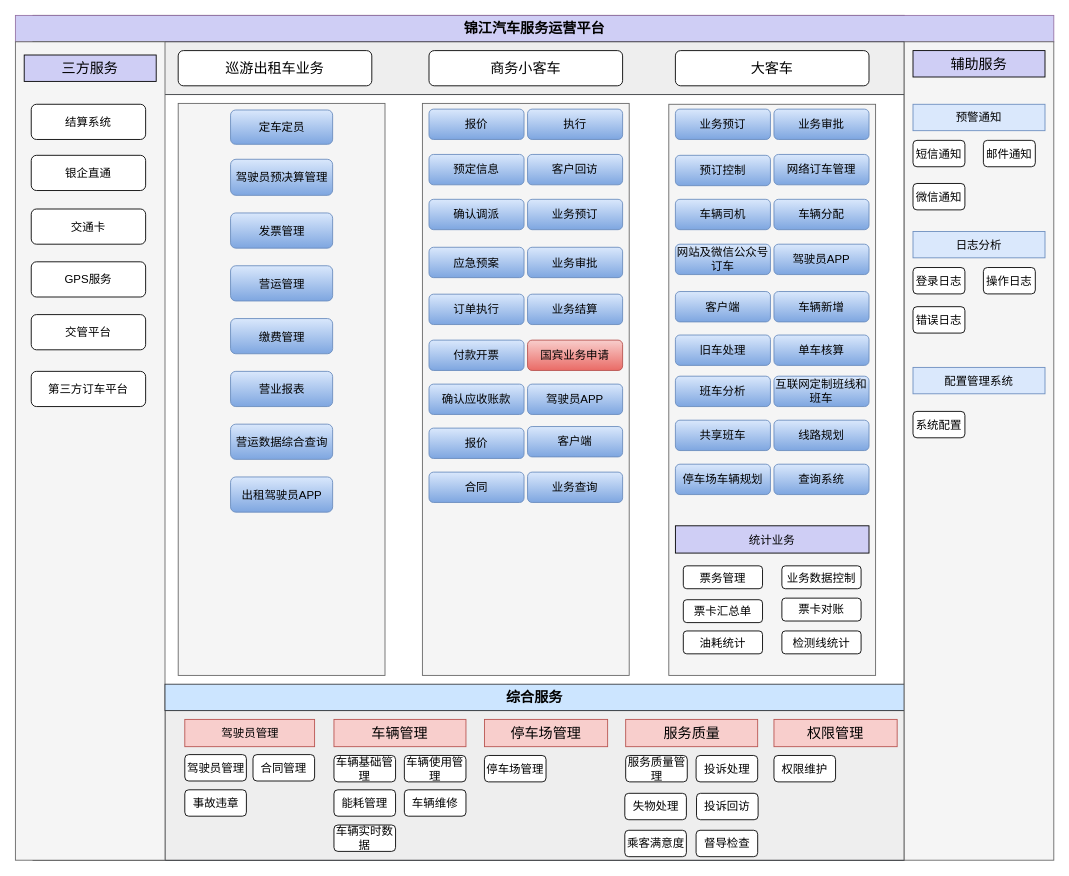
Before: 汽车公司业务流程图.drawio in ammengke/my-drawio, a draw.io diagram. Source tidied: cells renumbered, new cells numbered last; positions are measured from the earlier drawing's top-left corner, leaving out a move shared by most shapes. Both pictures are drawn from the tidied source at 88%, with x=0, y=0 at pixel (15, 15).
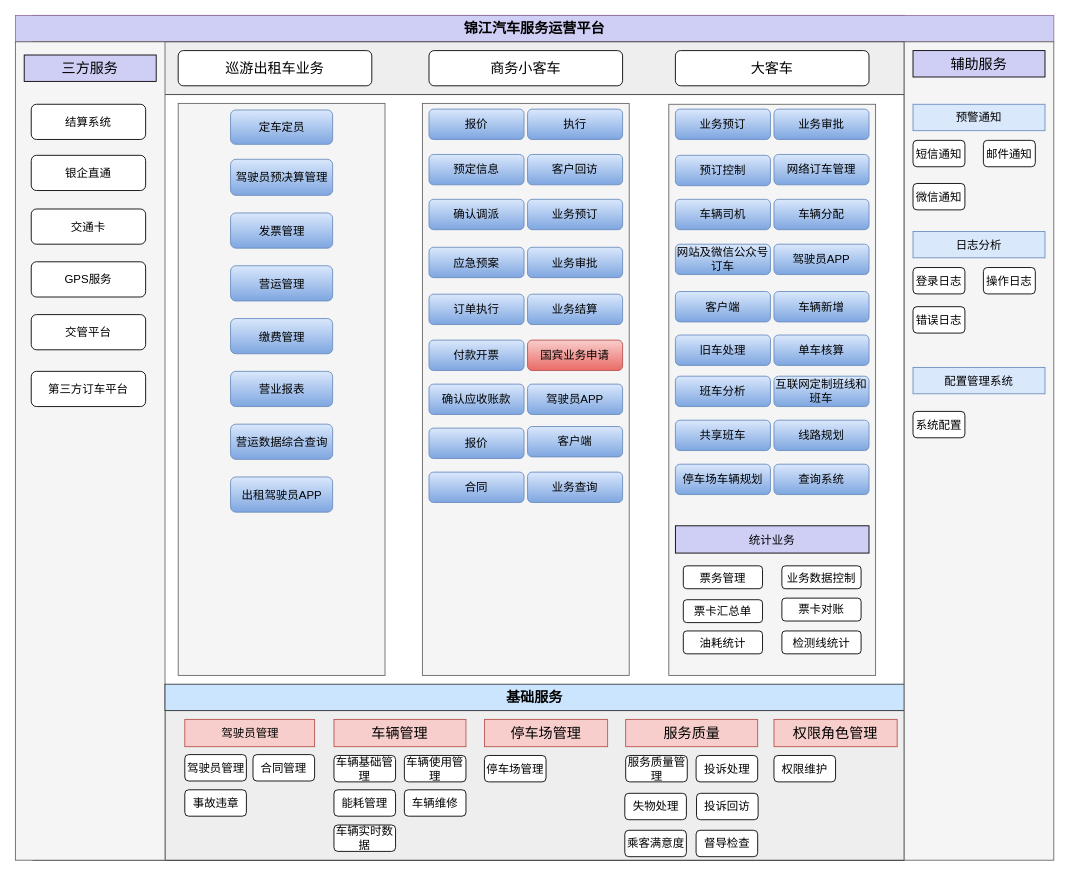
After the change.

Commit message:
Update 汽车公司业务流程图.drawio

The edit, as a diff of the source:
```diff
@@
-    <mxCell id="69" value="综合服务" style="rounded=0;whiteSpace=wrap;html=1;fillColor=#cce5ff;strokeColor=#36393d;fontStyle=1;fontSize=16;" parent="1" vertex="1">
+    <mxCell id="69" value="基础服务" style="rounded=0;whiteSpace=wrap;html=1;fillColor=#cce5ff;strokeColor=#36393d;fontStyle=1;fontSize=16;" parent="1" vertex="1">
       <mxGeometry x="170" y="760" width="840" height="30" as="geometry" />
     </mxCell>
@@
-    <mxCell id="91" value="&lt;span style=&quot;font-size: 16px&quot;&gt;权限管理&lt;/span&gt;" style="rounded=0;whiteSpace=wrap;html=1;fontSize=13;fillColor=#f8cecc;strokeColor=#b85450;" parent="1" vertex="1">
+    <mxCell id="91" value="&lt;span style=&quot;font-size: 16px&quot;&gt;权限角色管理&lt;/span&gt;" style="rounded=0;whiteSpace=wrap;html=1;fontSize=13;fillColor=#f8cecc;strokeColor=#b85450;" parent="1" vertex="1">
       <mxGeometry x="862" y="800" width="140" height="31" as="geometry" />
     </mxCell>
```
